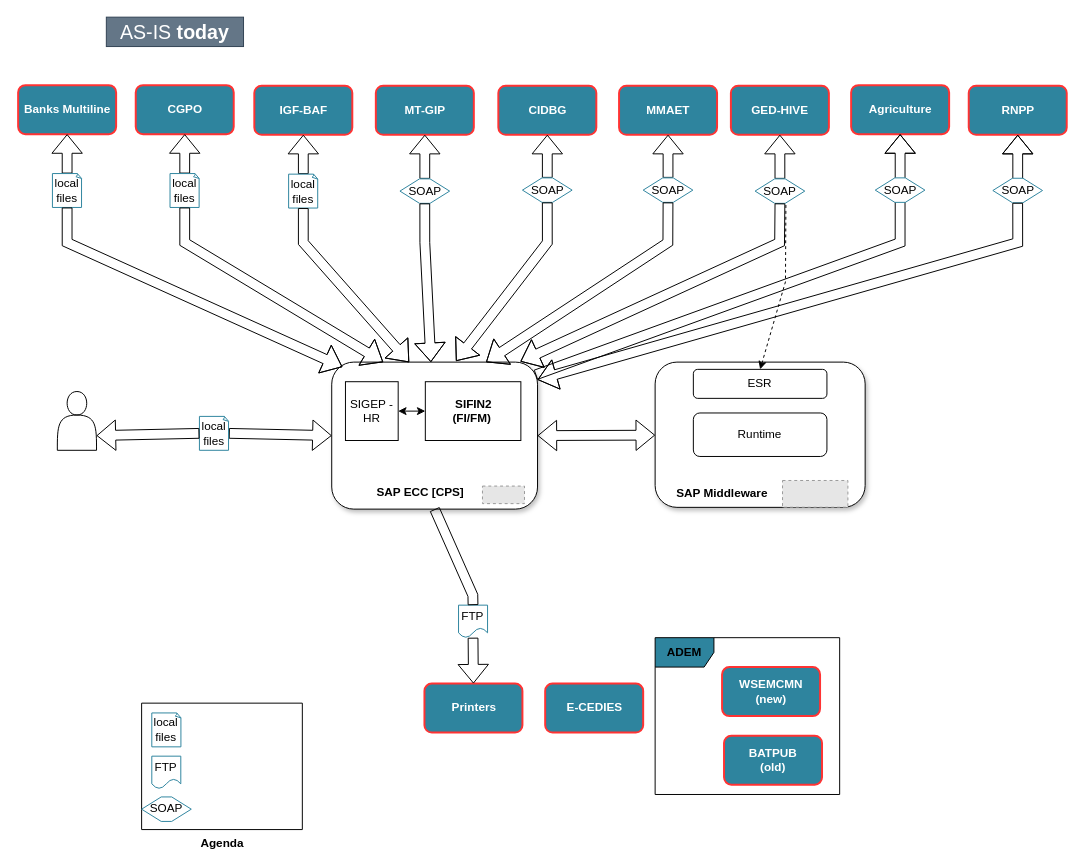
Earlier version of the draw.io diagram page "AsIs-Today" (1 of 3) of my_diagram.drawio (efelman/my_diagrams). Source tidied: cells renumbered, new cells numbered last; positions are measured from the earlier drawing's top-left corner, leaving out a move shared by most shapes. Both pictures are drawn from the tidied source at 98%, with x=0, y=0 at pixel (18, 17). Pictures stored in the file or linked from it are replaced by grey dashed boxes.
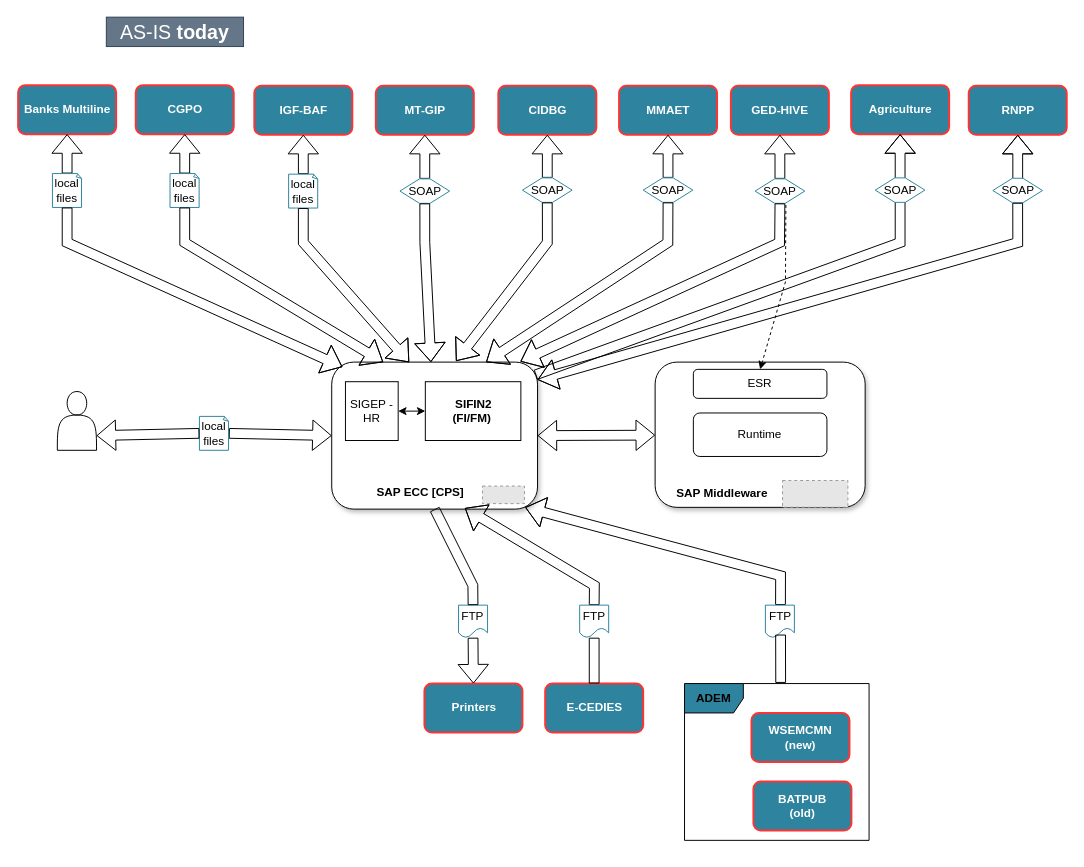
The same diagram, later.

The change refers to these unchanged cells:
```xml
<mxCell id="19" style="rounded=1;whiteSpace=wrap;html=1;shadow=1;glass=0;sketch=0;" parent="18" vertex="1">
  <mxGeometry width="210" height="150" as="geometry" />
</mxCell>
<mxCell id="54" value="&lt;b&gt;ADEM&lt;/b&gt;" style="shape=umlFrame;whiteSpace=wrap;html=1;fillColor=#2E849E;" parent="53" vertex="1">
  <mxGeometry width="188.3" height="160" as="geometry" />
</mxCell>
<mxCell id="69" value="FTP" style="shape=document;whiteSpace=wrap;html=1;boundedLbl=1;fillColor=#FFFFFF;strokeColor=#2E849E;" parent="1" vertex="1">
  <mxGeometry x="449.4" y="600" width="29.6" height="33.2" as="geometry" />
</mxCell>
<mxCell id="71" value="&lt;font color=&quot;#ffffff&quot;&gt;E-CEDIES&lt;/font&gt;" style="dashed=0;html=1;rounded=1;fillColor=#2E849E;strokeColor=#FF3333;fontSize=12;align=center;fontStyle=1;strokeWidth=2;fontColor=#42526E;" parent="1" vertex="1">
  <mxGeometry x="537.8" y="680" width="100" height="50" as="geometry" />
</mxCell>
```

The edit, as a diff of the source:
```diff
@@
-    <mxCell id="11" style="group;" parent="1" vertex="1">
-      <mxGeometry x="126" y="700" width="164" height="129" as="geometry" />
-    </mxCell>
-    <mxCell id="12" value="&lt;b&gt;Agenda&lt;/b&gt;" style="verticalLabelPosition=bottom;verticalAlign=top;html=1;shape=mxgraph.basic.rect;fillColor2=none;strokeWidth=1;size=20;indent=5;" parent="11" vertex="1">
-      <mxGeometry width="164" height="129" as="geometry" />
-    </mxCell>
-    <mxCell id="13" value="FTP" style="shape=document;whiteSpace=wrap;html=1;boundedLbl=1;fillColor=#FFFFFF;strokeColor=#2E849E;" parent="11" vertex="1">
-      <mxGeometry x="10.4" y="54.1" width="29.6" height="33.2" as="geometry" />
-    </mxCell>
-    <mxCell id="14" value="SOAP" style="shape=hexagon;perimeter=hexagonPerimeter2;whiteSpace=wrap;html=1;fixedSize=1;strokeColor=#2E849E;" parent="11" vertex="1">
-      <mxGeometry y="95.7" width="50.7" height="25" as="geometry" />
-    </mxCell>
-    <mxCell id="15" value="local files" style="whiteSpace=wrap;html=1;shape=mxgraph.basic.document;strokeColor=#2E849E;" parent="11" vertex="1">
-      <mxGeometry x="10.4" y="10" width="30" height="34.6" as="geometry" />
-    </mxCell>
@@
     <mxCell id="53" style="group;" parent="1" vertex="1">
-      <mxGeometry x="650" y="633.2" width="188.3" height="160" as="geometry" />
+      <mxGeometry x="680" y="680" width="188.3" height="160" as="geometry" />
     </mxCell>
@@
     <mxCell id="70" style="shape=flexArrow;endArrow=none;html=1;rounded=0;fontColor=#FFFFFF;entryX=0.5;entryY=0;entryDx=0;entryDy=0;exitX=0.5;exitY=1;exitDx=0;exitDy=0;" parent="1" edge="1" source="19" target="69">
       <mxGeometry relative="1" as="geometry">
         <Array as="points">
-          <mxPoint x="464" y="590" />
+          <mxPoint x="464" y="580" />
         </Array>
       </mxGeometry>
     </mxCell>
@@
+    <mxCell id="72" style="shape=flexArrow;endArrow=classic;html=1;rounded=0;fontColor=#FFFFFF;entryX=0.647;entryY=0.993;entryDx=0;entryDy=0;entryPerimeter=0;exitX=0.5;exitY=0;exitDx=0;exitDy=0;startArrow=none;" parent="1" edge="1" source="73" target="19">
+      <mxGeometry relative="1" as="geometry">
+        <Array as="points">
+          <mxPoint x="588" y="580" />
+        </Array>
+      </mxGeometry>
+    </mxCell>
+    <mxCell id="73" value="FTP" style="shape=document;whiteSpace=wrap;html=1;boundedLbl=1;fillColor=#FFFFFF;strokeColor=#2E849E;" parent="1" vertex="1">
+      <mxGeometry x="573" y="600" width="29.6" height="33.2" as="geometry" />
+    </mxCell>
+    <mxCell id="74" style="shape=flexArrow;endArrow=none;html=1;rounded=0;fontColor=#FFFFFF;exitX=0.5;exitY=0;exitDx=0;exitDy=0;" parent="1" edge="1" source="71" target="73">
+      <mxGeometry relative="1" as="geometry" />
+    </mxCell>
+    <mxCell id="75" style="shape=flexArrow;endArrow=classic;html=1;rounded=0;fontColor=#FFFFFF;entryX=0.94;entryY=0.988;entryDx=0;entryDy=0;entryPerimeter=0;exitX=0.521;exitY=-0.004;exitDx=0;exitDy=0;exitPerimeter=0;startArrow=none;" parent="1" edge="1" source="76" target="19">
+      <mxGeometry relative="1" as="geometry">
+        <Array as="points">
+          <mxPoint x="778" y="570" />
+        </Array>
+      </mxGeometry>
+    </mxCell>
+    <mxCell id="76" value="FTP" style="shape=document;whiteSpace=wrap;html=1;boundedLbl=1;fillColor=#FFFFFF;strokeColor=#2E849E;" parent="1" vertex="1">
+      <mxGeometry x="762.5" y="600" width="29.6" height="33.2" as="geometry" />
+    </mxCell>
+    <mxCell id="77" style="shape=flexArrow;endArrow=none;html=1;rounded=0;fontColor=#FFFFFF;exitX=0.521;exitY=-0.004;exitDx=0;exitDy=0;exitPerimeter=0;" parent="1" edge="1" source="54">
+      <mxGeometry relative="1" as="geometry">
+        <mxPoint x="778" y="630" as="targetPoint" />
+      </mxGeometry>
+    </mxCell>
```
